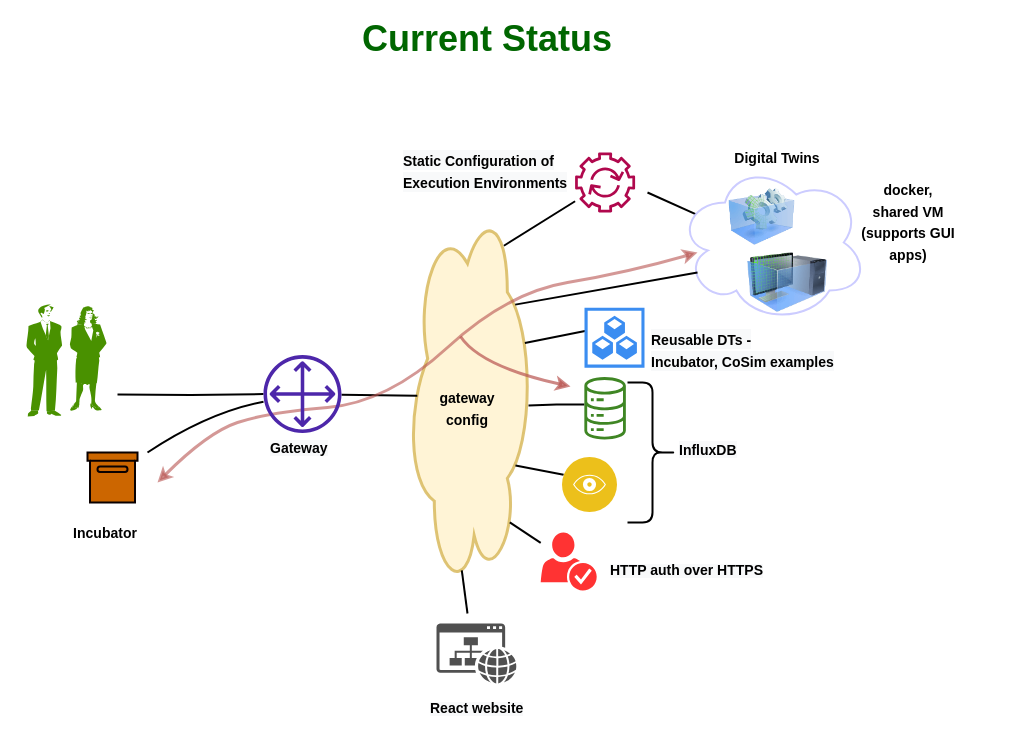
The draw.io diagram page "Current Status" (6 of 6) of docs/developer/system/DTaaS.drawio in INTO-CPS-Association/DTaaS, before the edit. Source tidied: cells renumbered, new cells numbered last; positions are measured from the earlier drawing's top-left corner, leaving out a move shared by most shapes. Both pictures are drawn from the tidied source at 100%, with x=0, y=0 at pixel (17, 23).
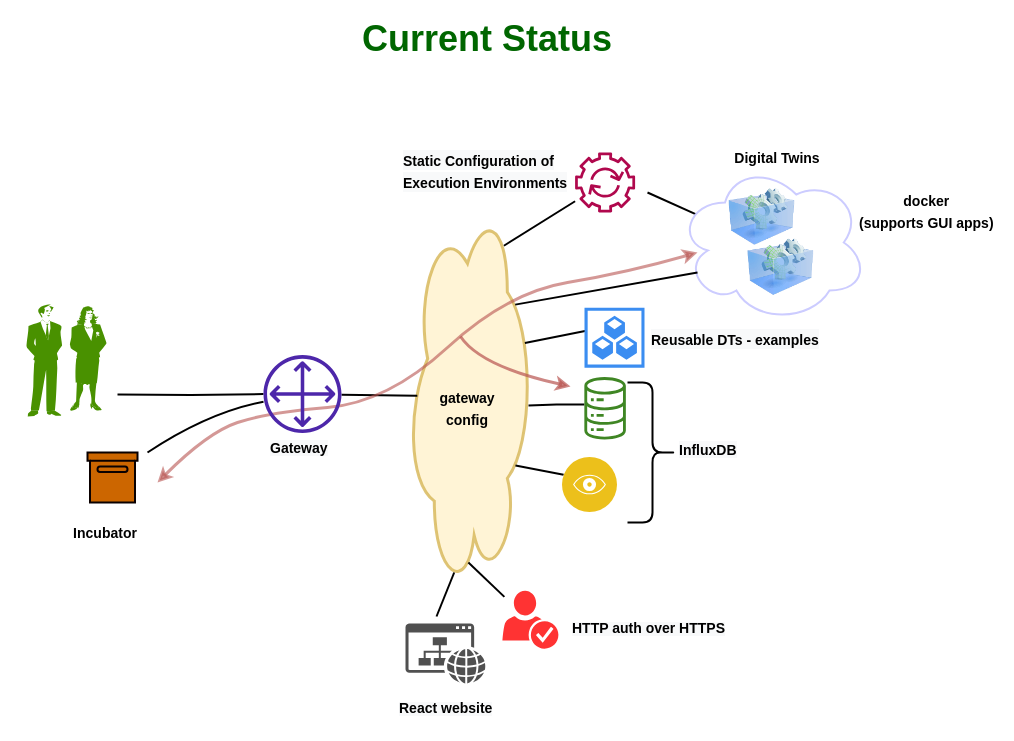
The same diagram, later.

The change refers to these unchanged cells:
```xml
<mxCell id="10" style="group;dashed=1;" parent="3" vertex="1">
  <mxGeometry x="660" y="19" width="190" height="160" as="geometry" />
</mxCell>
```

The edit, as a diff of the source:
```diff
@@
     <mxCell id="3" style="group;" parent="1" vertex="1">
-      <mxGeometry y="120" width="940" height="469" as="geometry" />
+      <mxGeometry y="120" width="980" height="469" as="geometry" />
     </mxCell>
@@
-    <mxCell id="13" style="image;html=1;image=img/lib/clip_art/computers/Virtual_Machine_128x128.png;fontSize=14;strokeColor=default;strokeWidth=3;fillColor=#FF3333;gradientColor=none;" parent="10" vertex="1">
-      <mxGeometry x="70" y="80" width="80" height="80" as="geometry" />
-    </mxCell>
+    <mxCell id="43" style="image;html=1;image=img/lib/clip_art/computers/Virtual_Application_128x128.png;fontSize=14;strokeColor=default;strokeWidth=3;fillColor=#FF3333;gradientColor=none;" parent="10" vertex="1">
+      <mxGeometry x="70" y="71" width="66.1" height="67.4" as="geometry" />
+    </mxCell>
@@
     <mxCell id="19" value="&lt;span style=&quot;color: rgb(0 , 0 , 0) ; font-family: &amp;quot;helvetica&amp;quot; ; font-style: normal ; letter-spacing: normal ; text-align: center ; text-indent: 0px ; text-transform: none ; word-spacing: 0px ; background-color: rgb(248 , 249 , 250) ; display: inline ; float: none&quot;&gt;&lt;font size=&quot;1&quot; style=&quot;&quot;&gt;&lt;b style=&quot;font-size: 14px;&quot;&gt;HTTP auth over HTTPS&lt;/b&gt;&lt;/font&gt;&lt;/span&gt;" style="text;whiteSpace=wrap;html=1;" parent="3" vertex="1">
-      <mxGeometry x="591.2" y="411.6" width="158.8" height="57.4" as="geometry" />
+      <mxGeometry x="552.9" y="469.8" width="158.8" height="57.4" as="geometry" />
     </mxCell>
-    <mxCell id="20" style="endArrow=none;html=1;rounded=0;exitX=0.205;exitY=0.834;exitDx=0;exitDy=0;exitPerimeter=0;strokeWidth=2;" parent="3" edge="1" target="23">
+    <mxCell id="20" style="endArrow=none;html=1;rounded=0;strokeWidth=2;exitX=0.099;exitY=0.492;exitDx=0;exitDy=0;exitPerimeter=0;" parent="3" edge="1">
       <mxGeometry relative="1" as="geometry">
-        <mxPoint x="492.3" y="378.8" as="sourcePoint" />
+        <mxPoint x="450.9" y="419" as="sourcePoint" />
+        <mxPoint x="486.9" y="453.4" as="targetPoint" />
       </mxGeometry>
     </mxCell>
@@
     <mxCell id="23" style="sketch=0;shadow=0;dashed=0;html=1;strokeColor=none;fillColor=#FF3333;labelPosition=center;verticalLabelPosition=bottom;verticalAlign=top;outlineConnect=0;align=center;shape=mxgraph.office.security.credentials;fontSize=24;" parent="3" vertex="1">
-      <mxGeometry x="523.2" y="389" width="56" height="58" as="geometry" />
+      <mxGeometry x="484.9" y="447.2" width="56" height="58" as="geometry" />
     </mxCell>
@@
-    <mxCell id="32" value="&lt;span style=&quot;color: rgb(0 , 0 , 0) ; font-family: &amp;quot;helvetica&amp;quot; ; font-style: normal ; letter-spacing: normal ; text-align: center ; text-indent: 0px ; text-transform: none ; word-spacing: 0px ; background-color: rgb(248 , 249 , 250) ; display: inline ; float: none&quot;&gt;&lt;font style=&quot;font-size: 14px;&quot;&gt;&lt;b&gt;Reusable DTs - &lt;br&gt;Incubator, CoSim examples&lt;/b&gt;&lt;/font&gt;&lt;/span&gt;" style="text;whiteSpace=wrap;html=1;fontSize=18;" parent="3" vertex="1">
+    <mxCell id="32" value="&lt;span style=&quot;color: rgb(0 , 0 , 0) ; font-family: &amp;quot;helvetica&amp;quot; ; font-style: normal ; letter-spacing: normal ; text-align: center ; text-indent: 0px ; text-transform: none ; word-spacing: 0px ; background-color: rgb(248 , 249 , 250) ; display: inline ; float: none&quot;&gt;&lt;font style=&quot;font-size: 14px;&quot;&gt;&lt;b&gt;Reusable DTs -&amp;nbsp;examples&lt;/b&gt;&lt;/font&gt;&lt;/span&gt;" style="text;whiteSpace=wrap;html=1;fontSize=18;" parent="3" vertex="1">
       <mxGeometry x="632" y="179" width="268" height="40" as="geometry" />
     </mxCell>
@@
-    <mxCell id="39" value="&lt;div style=&quot;text-align: center&quot;&gt;&lt;span&gt;&lt;font style=&quot;font-size: 14px;&quot; face=&quot;helvetica&quot;&gt;&lt;b&gt;docker, shared VM&lt;br&gt;(supports GUI apps)&lt;/b&gt;&lt;/font&gt;&lt;/span&gt;&lt;/div&gt;" style="text;whiteSpace=wrap;html=1;fontSize=18;" parent="3" vertex="1">
-      <mxGeometry x="840" y="29" width="100" height="40" as="geometry" />
+    <mxCell id="39" value="&lt;div style=&quot;text-align: center&quot;&gt;&lt;span&gt;&lt;font style=&quot;font-size: 14px;&quot; face=&quot;helvetica&quot;&gt;&lt;b&gt;docker&lt;br&gt;(supports GUI apps)&lt;/b&gt;&lt;/font&gt;&lt;/span&gt;&lt;/div&gt;" style="text;whiteSpace=wrap;html=1;fontSize=18;" parent="3" vertex="1">
+      <mxGeometry x="840" y="40" width="140" height="40" as="geometry" />
     </mxCell>
     <mxCell id="40" style="sketch=0;shadow=0;dashed=0;html=1;strokeColor=none;fillColor=#505050;labelPosition=center;verticalLabelPosition=bottom;verticalAlign=top;align=center;shape=mxgraph.office.concepts.website;" parent="1" vertex="1">
-      <mxGeometry x="419" y="600" width="80" height="60" as="geometry" />
+      <mxGeometry x="388" y="600" width="80" height="60" as="geometry" />
     </mxCell>
-    <mxCell id="41" style="endArrow=none;html=1;rounded=0;exitX=0.205;exitY=0.834;exitDx=0;exitDy=0;exitPerimeter=0;strokeWidth=2;" parent="1" edge="1">
+    <mxCell id="41" style="endArrow=none;html=1;rounded=0;exitX=0.07;exitY=0.4;exitDx=0;exitDy=0;exitPerimeter=0;strokeWidth=2;" parent="1" edge="1">
       <mxGeometry relative="1" as="geometry">
-        <mxPoint x="444.3" y="546.8" as="sourcePoint" />
-        <mxPoint x="450" y="590" as="targetPoint" />
+        <mxPoint x="436.7" y="549" as="sourcePoint" />
+        <mxPoint x="419" y="593" as="targetPoint" />
       </mxGeometry>
     </mxCell>
     <mxCell id="42" value="&lt;span style=&quot;color: rgb(0 , 0 , 0) ; font-family: &amp;quot;helvetica&amp;quot; ; font-style: normal ; letter-spacing: normal ; text-align: center ; text-indent: 0px ; text-transform: none ; word-spacing: 0px ; background-color: rgb(248 , 249 , 250) ; display: inline ; float: none&quot;&gt;&lt;font size=&quot;1&quot; style=&quot;&quot;&gt;&lt;b style=&quot;font-size: 14px;&quot;&gt;React website&lt;/b&gt;&lt;/font&gt;&lt;/span&gt;" style="text;whiteSpace=wrap;html=1;" parent="1" vertex="1">
-      <mxGeometry x="411" y="670" width="119" height="30" as="geometry" />
+      <mxGeometry x="380" y="670" width="119" height="30" as="geometry" />
     </mxCell>
```
